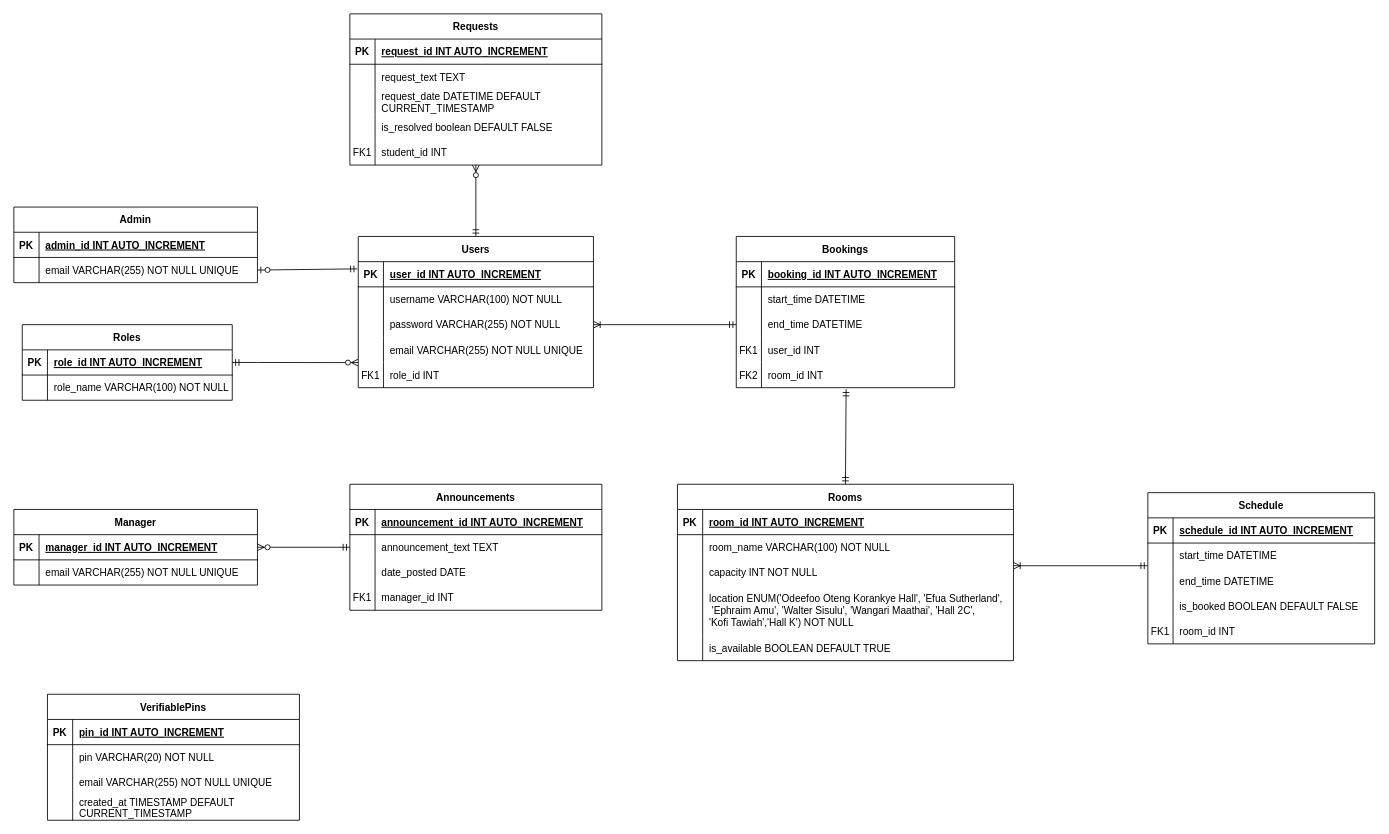
This is WebTechFinalProject/db/Untitled Diagram.drawio from Lamiorkor/WebTech_A_Team3, a draw.io file, before an edit. Source tidied: cells renumbered, new cells numbered last; positions are measured from the earlier drawing's top-left corner, leaving out a move shared by most shapes. Both pictures are drawn from the tidied source at 84%, with x=0, y=0 at pixel (13, 13).
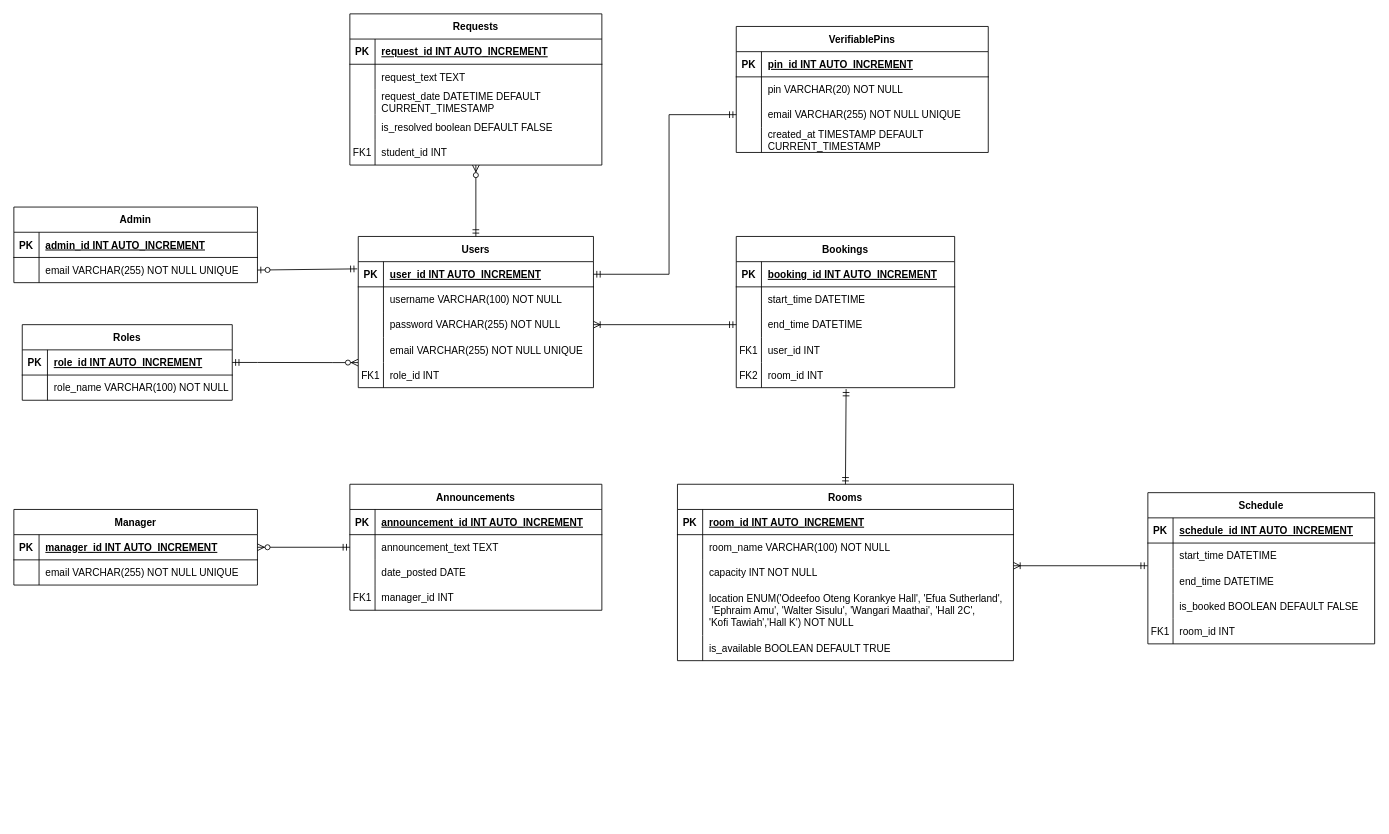
The same diagram, later.

The change refers to these unchanged cells:
```xml
<mxCell id="10" style="shape=partialRectangle;fillColor=none;points=[[0,0.5],[1,0.5]];portConstraint=eastwest;top=0;left=0;right=0;bottom=1;" parent="9" vertex="1">
  <mxGeometry y="30" width="280" height="30" as="geometry" />
</mxCell>
<mxCell id="126" style="shape=partialRectangle;fillColor=none;points=[[0,0.5],[1,0.5]];portConstraint=eastwest;top=0;left=0;right=0;bottom=0;" parent="119" vertex="1">
  <mxGeometry y="90" width="300" height="30" as="geometry" />
</mxCell>
```

What changed in the source:
```diff
@@
     <mxCell id="119" value="VerifiablePins" style="shape=table;startSize=30;childLayout=tableLayout;rowLines=0;fontStyle=1;align=center;" parent="1" vertex="1">
-      <mxGeometry x="40" y="810" width="300" height="150" as="geometry" />
+      <mxGeometry x="860" y="15" width="300" height="150" as="geometry" />
     </mxCell>
@@
+    <mxCell id="136" style="fontSize=12;html=1;endArrow=ERmandOne;startArrow=ERmandOne;rounded=0;exitX=1;exitY=0.5;exitDx=0;exitDy=0;entryX=0;entryY=0.5;entryDx=0;entryDy=0;" parent="1" edge="1" source="10" target="126">
+      <mxGeometry relative="1" as="geometry">
+        <Array as="points">
+          <mxPoint x="780" y="310" />
+          <mxPoint x="780" y="120" />
+        </Array>
+      </mxGeometry>
+    </mxCell>
```
